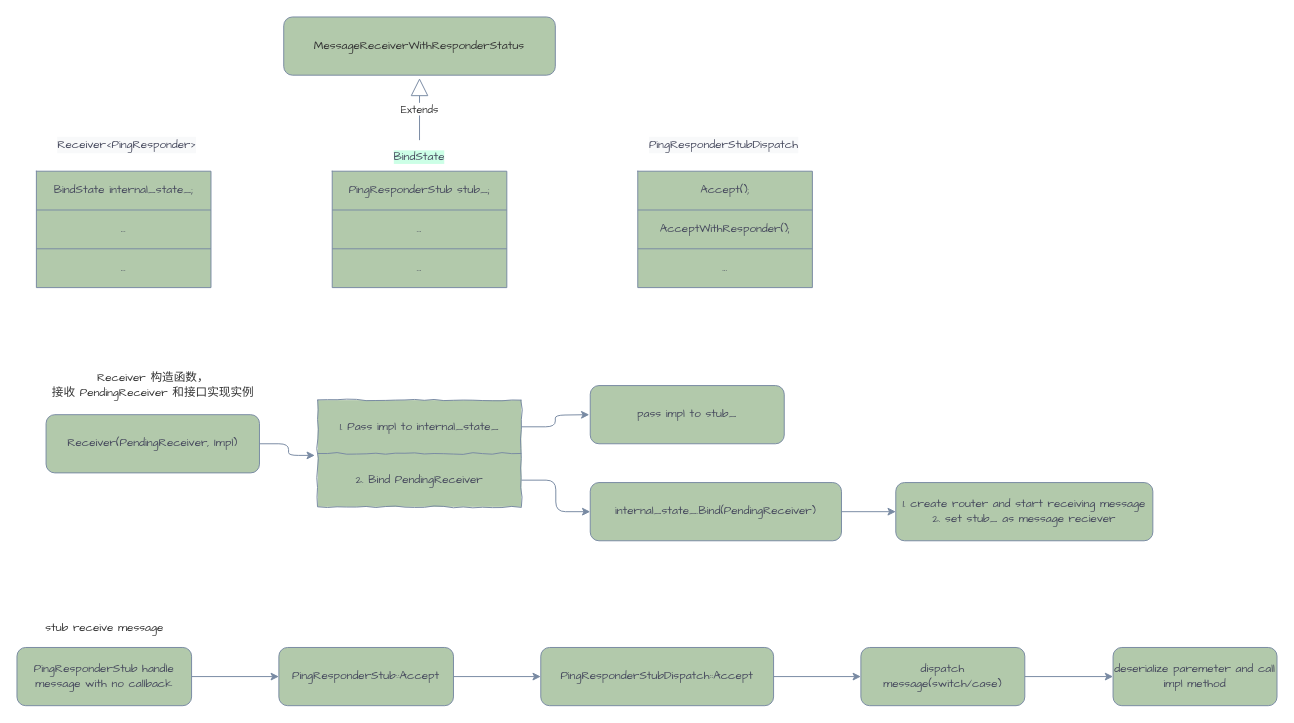
silan-liu/drawio keeps this draw.io diagram as page "Receiver" (3 of 5) of mojo.drawio. Above is the earlier version. Source tidied: cells renumbered, new cells numbered last; positions are measured from the earlier drawing's top-left corner, leaving out a move shared by most shapes. Both pictures are drawn from the tidied source at 97%, with x=0, y=0 at pixel (16, 16).
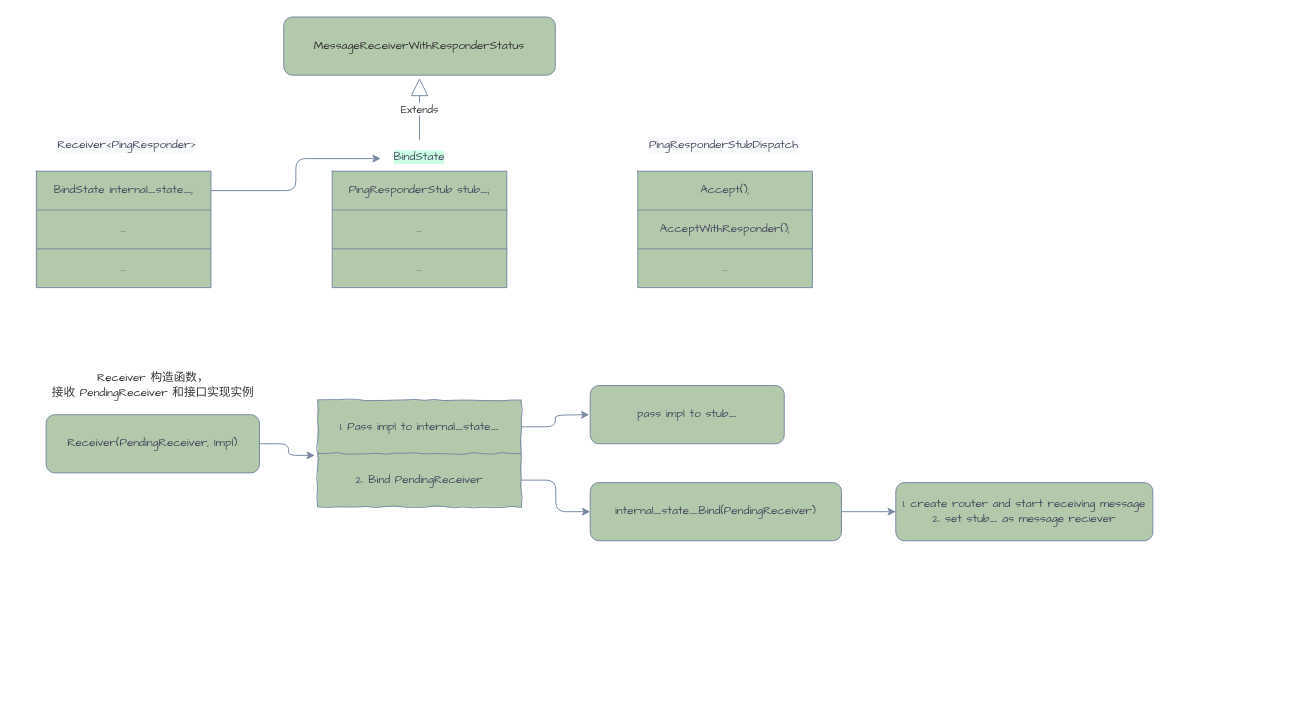
The same diagram, later.

Unchanged cells that the change refers to:
```xml
<mxCell id="15" value="&lt;span style=&quot;color: rgb(70, 73, 93); font-family: &amp;quot;comic sans ms&amp;quot;; font-size: 12px; font-style: normal; font-weight: 400; letter-spacing: normal; text-indent: 0px; text-transform: none; word-spacing: 0px; display: inline; float: none;&quot;&gt;BindState&lt;/span&gt;" style="text;whiteSpace=wrap;html=1;fontFamily=Comic Sans MS;fontColor=#46495D;align=center;labelBackgroundColor=#CCFFE6;labelBorderColor=none;" parent="1" vertex="1">
  <mxGeometry x="375" y="131" width="80" height="30" as="geometry" />
</mxCell>
<mxCell id="17" style="shape=tableRow;horizontal=0;startSize=0;swimlaneHead=0;swimlaneBody=0;top=0;left=0;bottom=0;right=0;fillColor=none;points=[[0,0.5],[1,0.5]];portConstraint=eastwest;rounded=0;sketch=0;fontFamily=Comic Sans MS;fontColor=#46495D;strokeColor=#788AA3;" parent="16" vertex="1">
  <mxGeometry width="180" height="40" as="geometry" />
</mxCell>
```

Change to the diagram source:
```diff
@@
-    <mxCell id="4" style="edgeStyle=orthogonalEdgeStyle;curved=0;rounded=1;sketch=0;jettySize=auto;html=1;entryX=0;entryY=0.5;entryDx=0;entryDy=0;fontFamily=Comic Sans MS;fontColor=#333333;strokeColor=#788AA3;fillColor=#B2C9AB;exitX=1;exitY=0.5;exitDx=0;exitDy=0;" parent="1" edge="1" source="5" target="38">
-      <mxGeometry relative="1" as="geometry" />
-    </mxCell>
-    <mxCell id="5" value="PingResponderStub handle message with no callback" style="rounded=1;whiteSpace=wrap;html=1;sketch=0;fontColor=#46495D;strokeColor=#788AA3;fillColor=#B2C9AB;fontFamily=Comic Sans MS;" parent="1" vertex="1">
-      <mxGeometry y="650" width="180" height="60" as="geometry" />
-    </mxCell>
-    <mxCell id="6" style="edgeStyle=orthogonalEdgeStyle;curved=0;rounded=1;sketch=0;jettySize=auto;html=1;entryX=0;entryY=0.5;entryDx=0;entryDy=0;fontFamily=Comic Sans MS;fontColor=#333333;strokeColor=#788AA3;fillColor=#B2C9AB;" parent="1" edge="1" source="7" target="43">
-      <mxGeometry relative="1" as="geometry" />
-    </mxCell>
-    <mxCell id="7" value="&lt;span style=&quot;font-family: &amp;#34;comic sans ms&amp;#34;&quot;&gt;PingResponderStubDispatch::Accept&lt;/span&gt;" style="rounded=1;whiteSpace=wrap;html=1;sketch=0;fontColor=#46495D;strokeColor=#788AA3;fillColor=#B2C9AB;fontFamily=Comic Sans MS;" parent="1" vertex="1">
-      <mxGeometry x="540" y="650" width="240" height="60" as="geometry" />
-    </mxCell>
@@
-    <mxCell id="37" style="edgeStyle=orthogonalEdgeStyle;curved=0;rounded=1;sketch=0;jettySize=auto;html=1;fontFamily=Comic Sans MS;fontColor=#333333;strokeColor=#788AA3;fillColor=#B2C9AB;" parent="1" edge="1" source="38" target="7">
-      <mxGeometry relative="1" as="geometry" />
-    </mxCell>
-    <mxCell id="38" value="PingResponderStub::Accept" style="rounded=1;whiteSpace=wrap;html=1;sketch=0;fontColor=#46495D;strokeColor=#788AA3;fillColor=#B2C9AB;fontFamily=Comic Sans MS;" parent="1" vertex="1">
-      <mxGeometry x="270" y="650" width="180" height="60" as="geometry" />
-    </mxCell>
@@
-    <mxCell id="41" value="&lt;span style=&quot;font-family: &amp;#34;comic sans ms&amp;#34;&quot;&gt;deserialize paremeter and call impl method&lt;br&gt;&lt;/span&gt;" style="rounded=1;whiteSpace=wrap;html=1;sketch=0;fontColor=#46495D;strokeColor=#788AA3;fillColor=#B2C9AB;fontFamily=Comic Sans MS;" parent="1" vertex="1">
-      <mxGeometry x="1130" y="650" width="169" height="60" as="geometry" />
-    </mxCell>
-    <mxCell id="42" style="edgeStyle=orthogonalEdgeStyle;curved=0;rounded=1;sketch=0;jettySize=auto;html=1;entryX=0;entryY=0.5;entryDx=0;entryDy=0;fontFamily=Comic Sans MS;fontColor=#333333;strokeColor=#788AA3;fillColor=#B2C9AB;" parent="1" edge="1" source="43" target="41">
-      <mxGeometry relative="1" as="geometry" />
-    </mxCell>
-    <mxCell id="43" value="&lt;span style=&quot;font-family: &amp;#34;comic sans ms&amp;#34;&quot;&gt;dispatch message(switch/case)&lt;br&gt;&lt;/span&gt;" style="rounded=1;whiteSpace=wrap;html=1;sketch=0;fontColor=#46495D;strokeColor=#788AA3;fillColor=#B2C9AB;fontFamily=Comic Sans MS;" parent="1" vertex="1">
-      <mxGeometry x="870" y="650" width="169" height="60" as="geometry" />
-    </mxCell>
@@
-    <mxCell id="51" value="stub receive message" style="text;html=1;align=center;verticalAlign=middle;strokeColor=none;fillColor=none;fontFamily=Comic Sans MS;fontColor=#333333;" parent="1" vertex="1">
-      <mxGeometry x="20" y="620" width="140" height="20" as="geometry" />
-    </mxCell>
+    <mxCell id="52" style="edgeStyle=orthogonalEdgeStyle;curved=0;rounded=1;sketch=0;jettySize=auto;html=1;entryX=0;entryY=0.5;entryDx=0;entryDy=0;fontFamily=Comic Sans MS;fontColor=#46495D;strokeColor=#788AA3;fillColor=#B2C9AB;" parent="1" edge="1" source="17" target="15">
+      <mxGeometry relative="1" as="geometry" />
+    </mxCell>
```
